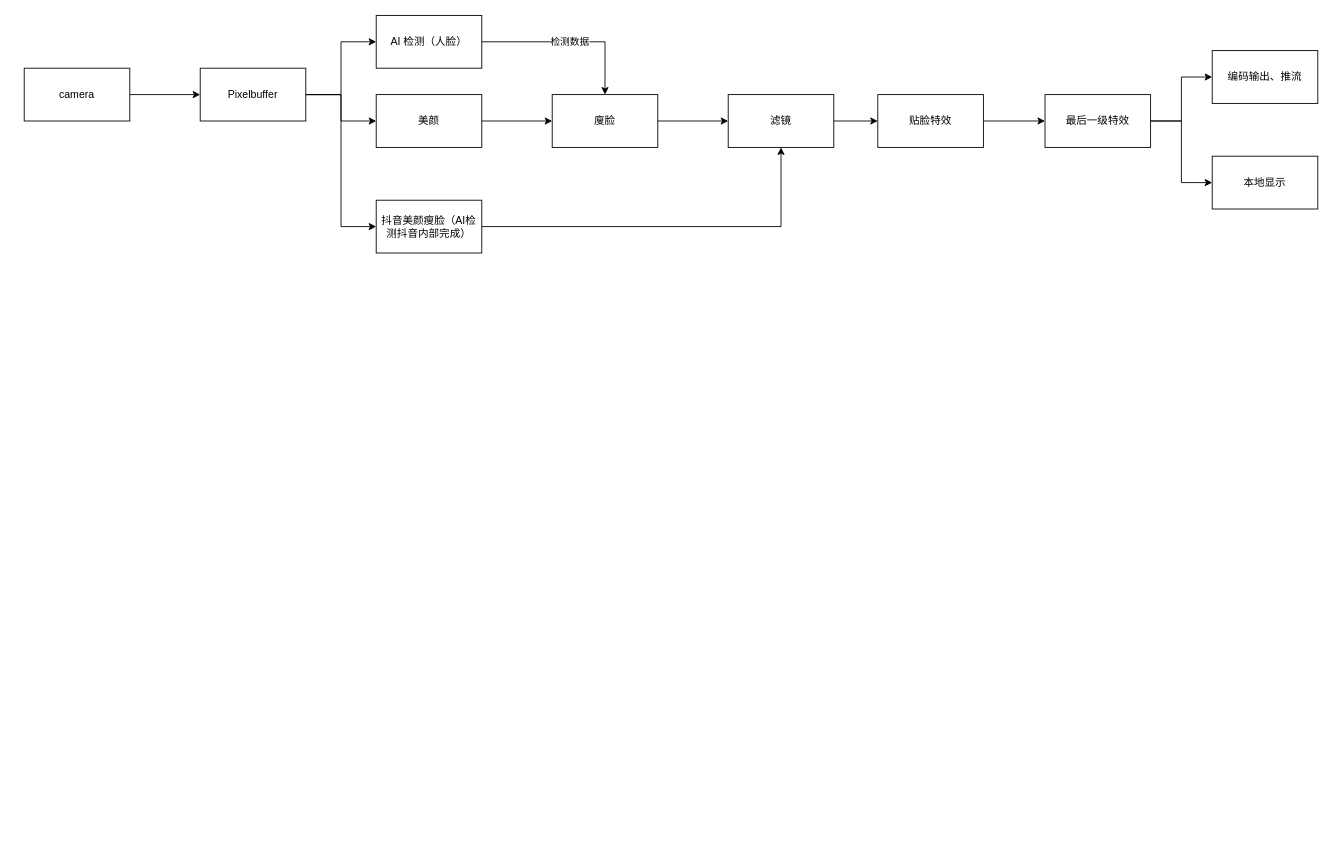
Before: huajiao iOS render.drawio in loleng/mediatools, a draw.io diagram. Source tidied: cells renumbered, new cells numbered last; positions are measured from the earlier drawing's top-left corner, leaving out a move shared by most shapes. Both pictures are drawn from the tidied source at 88%, with x=0, y=0 at pixel (24, 15).
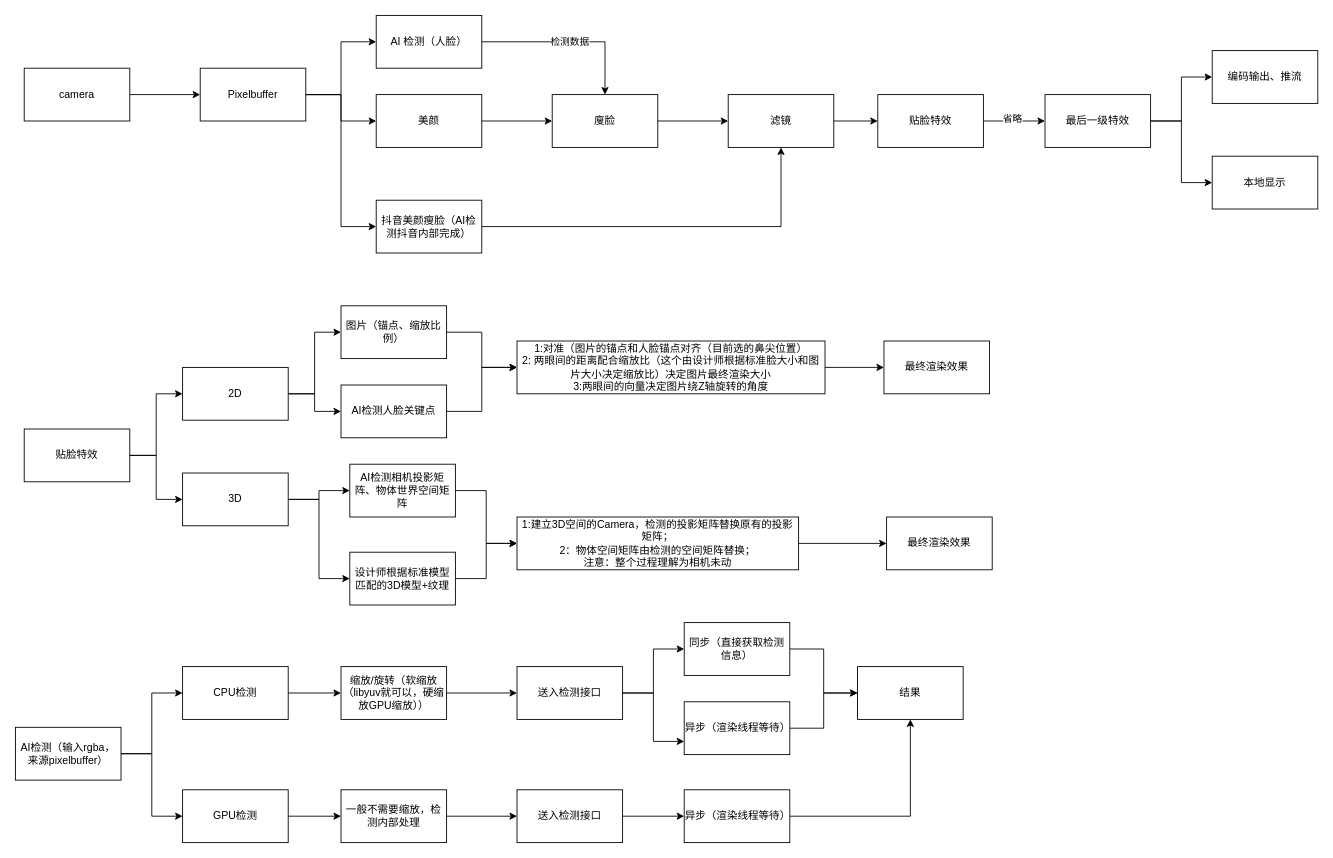
The same diagram, later.

The change refers to these unchanged cells:
```xml
<mxCell id="23" style="edgeStyle=orthogonalEdgeStyle;rounded=0;jettySize=auto;html=1;" parent="1" edge="1" source="24" target="18">
  <mxGeometry relative="1" as="geometry" />
</mxCell>
```

The edit, as a diff of the source:
```diff
@@
+    <mxCell id="25" value="省略" style="edgeLabel;html=1;align=center;verticalAlign=middle;" parent="23" vertex="1">
+      <mxGeometry x="-0.09" y="3" relative="1" as="geometry" />
+    </mxCell>
@@
+    <mxCell id="26" style="edgeStyle=orthogonalEdgeStyle;rounded=0;jettySize=auto;html=1;entryX=0;entryY=0.5;entryDx=0;entryDy=0;" parent="1" edge="1" source="28" target="31">
+      <mxGeometry relative="1" as="geometry">
+        <Array as="points">
+          <mxPoint x="150" y="500" />
+          <mxPoint x="150" y="430" />
+        </Array>
+      </mxGeometry>
+    </mxCell>
+    <mxCell id="27" style="edgeStyle=orthogonalEdgeStyle;rounded=0;jettySize=auto;html=1;" parent="1" edge="1" source="28" target="34">
+      <mxGeometry relative="1" as="geometry" />
+    </mxCell>
+    <mxCell id="28" value="贴脸特效" style="rounded=0;whiteSpace=wrap;html=1;" parent="1" vertex="1">
+      <mxGeometry y="470" width="120" height="60" as="geometry" />
+    </mxCell>
+    <mxCell id="29" style="edgeStyle=orthogonalEdgeStyle;rounded=0;jettySize=auto;html=1;entryX=0;entryY=0.5;entryDx=0;entryDy=0;" parent="1" edge="1" source="31" target="36">
+      <mxGeometry relative="1" as="geometry" />
+    </mxCell>
+    <mxCell id="30" style="edgeStyle=orthogonalEdgeStyle;rounded=0;jettySize=auto;html=1;" parent="1" edge="1" source="31" target="38">
+      <mxGeometry relative="1" as="geometry" />
+    </mxCell>
+    <mxCell id="31" value="2D" style="rounded=0;whiteSpace=wrap;html=1;" parent="1" vertex="1">
+      <mxGeometry x="180" y="400" width="120" height="60" as="geometry" />
+    </mxCell>
+    <mxCell id="32" style="edgeStyle=orthogonalEdgeStyle;rounded=0;jettySize=auto;html=1;entryX=0;entryY=0.5;entryDx=0;entryDy=0;" parent="1" edge="1" source="34" target="43">
+      <mxGeometry relative="1" as="geometry" />
+    </mxCell>
+    <mxCell id="33" style="edgeStyle=orthogonalEdgeStyle;rounded=0;jettySize=auto;html=1;entryX=0;entryY=0.5;entryDx=0;entryDy=0;" parent="1" edge="1" source="34" target="45">
+      <mxGeometry relative="1" as="geometry" />
+    </mxCell>
+    <mxCell id="34" value="3D" style="rounded=0;whiteSpace=wrap;html=1;" parent="1" vertex="1">
+      <mxGeometry x="180" y="520" width="120" height="60" as="geometry" />
+    </mxCell>
+    <mxCell id="35" style="edgeStyle=orthogonalEdgeStyle;rounded=0;jettySize=auto;html=1;entryX=0;entryY=0.5;entryDx=0;entryDy=0;" parent="1" edge="1" source="36" target="40">
+      <mxGeometry relative="1" as="geometry" />
+    </mxCell>
+    <mxCell id="36" value="图片（锚点、缩放比例）" style="rounded=0;whiteSpace=wrap;html=1;" parent="1" vertex="1">
+      <mxGeometry x="360" y="330" width="120" height="60" as="geometry" />
+    </mxCell>
+    <mxCell id="37" style="edgeStyle=orthogonalEdgeStyle;rounded=0;jettySize=auto;html=1;entryX=0;entryY=0.5;entryDx=0;entryDy=0;" parent="1" edge="1" source="38" target="40">
+      <mxGeometry relative="1" as="geometry" />
+    </mxCell>
+    <mxCell id="38" value="AI检测人脸关键点" style="rounded=0;whiteSpace=wrap;html=1;" parent="1" vertex="1">
+      <mxGeometry x="360" y="420" width="120" height="60" as="geometry" />
+    </mxCell>
+    <mxCell id="39" style="edgeStyle=orthogonalEdgeStyle;rounded=0;jettySize=auto;html=1;entryX=0;entryY=0.5;entryDx=0;entryDy=0;" parent="1" edge="1" source="40" target="41">
+      <mxGeometry relative="1" as="geometry" />
+    </mxCell>
+    <mxCell id="40" value="1:对准（图片的锚点和人脸锚点对齐（目前选的鼻尖位置）&lt;br&gt;2: 两眼间的距离配合缩放比（这个由设计师根据标准脸大小和图片大小决定缩放比）决定图片最终渲染大小&lt;br&gt;3:两眼间的向量决定图片绕Z轴旋转的角度" style="rounded=0;whiteSpace=wrap;html=1;" parent="1" vertex="1">
+      <mxGeometry x="560" y="370" width="350" height="60" as="geometry" />
+    </mxCell>
+    <mxCell id="41" value="最终渲染效果" style="rounded=0;whiteSpace=wrap;html=1;" parent="1" vertex="1">
+      <mxGeometry x="977" y="370" width="120" height="60" as="geometry" />
+    </mxCell>
+    <mxCell id="42" style="edgeStyle=orthogonalEdgeStyle;rounded=0;jettySize=auto;html=1;entryX=0;entryY=0.5;entryDx=0;entryDy=0;" parent="1" edge="1" source="43" target="47">
+      <mxGeometry relative="1" as="geometry" />
+    </mxCell>
+    <mxCell id="43" value="AI检测相机投影矩阵、物体世界空间矩阵" style="rounded=0;whiteSpace=wrap;html=1;" parent="1" vertex="1">
+      <mxGeometry x="370" y="510" width="120" height="60" as="geometry" />
+    </mxCell>
+    <mxCell id="44" style="edgeStyle=orthogonalEdgeStyle;rounded=0;jettySize=auto;html=1;" parent="1" edge="1" source="45" target="47">
+      <mxGeometry relative="1" as="geometry" />
+    </mxCell>
+    <mxCell id="45" value="设计师根据标准模型匹配的3D模型+纹理" style="rounded=0;whiteSpace=wrap;html=1;" parent="1" vertex="1">
+      <mxGeometry x="370" y="610" width="120" height="60" as="geometry" />
+    </mxCell>
+    <mxCell id="46" style="edgeStyle=orthogonalEdgeStyle;rounded=0;jettySize=auto;html=1;" parent="1" edge="1" source="47" target="48">
+      <mxGeometry relative="1" as="geometry" />
+    </mxCell>
+    <mxCell id="47" value="1:建立3D空间的Camera，检测的投影矩阵替换原有的投影矩阵；&lt;br&gt;2：物体空间矩阵由检测的空间矩阵替换；&lt;br&gt;注意：整个过程理解为相机未动" style="rounded=0;whiteSpace=wrap;html=1;" parent="1" vertex="1">
+      <mxGeometry x="560" y="570" width="320" height="60" as="geometry" />
+    </mxCell>
+    <mxCell id="48" value="&lt;span&gt;最终渲染效果&lt;/span&gt;" style="rounded=0;whiteSpace=wrap;html=1;" parent="1" vertex="1">
+      <mxGeometry x="980" y="570" width="120" height="60" as="geometry" />
+    </mxCell>
+    <mxCell id="49" style="edgeStyle=orthogonalEdgeStyle;rounded=0;jettySize=auto;html=1;entryX=0;entryY=0.5;entryDx=0;entryDy=0;" parent="1" edge="1" source="51" target="53">
+      <mxGeometry relative="1" as="geometry" />
+    </mxCell>
+    <mxCell id="50" style="edgeStyle=orthogonalEdgeStyle;rounded=0;jettySize=auto;html=1;entryX=0;entryY=0.5;entryDx=0;entryDy=0;" parent="1" edge="1" source="51" target="55">
+      <mxGeometry relative="1" as="geometry" />
+    </mxCell>
+    <mxCell id="51" value="AI检测（输入rgba，来源pixelbuffer）" style="rounded=0;whiteSpace=wrap;html=1;" parent="1" vertex="1">
+      <mxGeometry x="-10" y="809" width="120" height="60" as="geometry" />
+    </mxCell>
+    <mxCell id="52" style="edgeStyle=orthogonalEdgeStyle;rounded=0;jettySize=auto;html=1;entryX=0;entryY=0.5;entryDx=0;entryDy=0;" parent="1" edge="1" source="53" target="57">
+      <mxGeometry relative="1" as="geometry" />
+    </mxCell>
+    <mxCell id="53" value="CPU检测" style="rounded=0;whiteSpace=wrap;html=1;" parent="1" vertex="1">
+      <mxGeometry x="180" y="740" width="120" height="60" as="geometry" />
+    </mxCell>
+    <mxCell id="54" style="edgeStyle=orthogonalEdgeStyle;rounded=0;jettySize=auto;html=1;entryX=0;entryY=0.5;entryDx=0;entryDy=0;" parent="1" edge="1" source="55" target="67">
+      <mxGeometry relative="1" as="geometry" />
+    </mxCell>
+    <mxCell id="55" value="GPU检测" style="rounded=0;whiteSpace=wrap;html=1;" parent="1" vertex="1">
+      <mxGeometry x="180" y="880" width="120" height="60" as="geometry" />
+    </mxCell>
+    <mxCell id="56" style="edgeStyle=orthogonalEdgeStyle;rounded=0;jettySize=auto;html=1;" parent="1" edge="1" source="57" target="60">
+      <mxGeometry relative="1" as="geometry" />
+    </mxCell>
+    <mxCell id="57" value="缩放/旋转（软缩放（libyuv就可以，硬缩放GPU缩放））" style="rounded=0;whiteSpace=wrap;html=1;" parent="1" vertex="1">
+      <mxGeometry x="360" y="740" width="120" height="60" as="geometry" />
+    </mxCell>
+    <mxCell id="58" style="edgeStyle=orthogonalEdgeStyle;rounded=0;jettySize=auto;html=1;entryX=0;entryY=0.5;entryDx=0;entryDy=0;" parent="1" edge="1" source="60" target="62">
+      <mxGeometry relative="1" as="geometry" />
+    </mxCell>
+    <mxCell id="59" style="edgeStyle=orthogonalEdgeStyle;rounded=0;jettySize=auto;html=1;entryX=0;entryY=0.75;entryDx=0;entryDy=0;" parent="1" edge="1" source="60" target="64">
+      <mxGeometry relative="1" as="geometry" />
+    </mxCell>
+    <mxCell id="60" value="送入检测接口" style="rounded=0;whiteSpace=wrap;html=1;" parent="1" vertex="1">
+      <mxGeometry x="560" y="740" width="120" height="60" as="geometry" />
+    </mxCell>
+    <mxCell id="61" style="edgeStyle=orthogonalEdgeStyle;rounded=0;jettySize=auto;html=1;" parent="1" edge="1" source="62" target="65">
+      <mxGeometry relative="1" as="geometry" />
+    </mxCell>
+    <mxCell id="62" value="同步（直接获取检测信息）" style="rounded=0;whiteSpace=wrap;html=1;" parent="1" vertex="1">
+      <mxGeometry x="750" y="690" width="120" height="60" as="geometry" />
+    </mxCell>
+    <mxCell id="63" style="edgeStyle=orthogonalEdgeStyle;rounded=0;jettySize=auto;html=1;" parent="1" edge="1" source="64" target="65">
+      <mxGeometry relative="1" as="geometry" />
+    </mxCell>
+    <mxCell id="64" value="异步（渲染线程等待）" style="rounded=0;whiteSpace=wrap;html=1;" parent="1" vertex="1">
+      <mxGeometry x="750" y="780" width="120" height="60" as="geometry" />
+    </mxCell>
+    <mxCell id="65" value="结果" style="rounded=0;whiteSpace=wrap;html=1;" parent="1" vertex="1">
+      <mxGeometry x="947" y="740" width="120" height="60" as="geometry" />
+    </mxCell>
+    <mxCell id="66" style="edgeStyle=orthogonalEdgeStyle;rounded=0;jettySize=auto;html=1;" parent="1" edge="1" source="67" target="69">
+      <mxGeometry relative="1" as="geometry" />
+    </mxCell>
+    <mxCell id="67" value="一般不需要缩放，检测内部处理" style="rounded=0;whiteSpace=wrap;html=1;" parent="1" vertex="1">
+      <mxGeometry x="360" y="880" width="120" height="60" as="geometry" />
+    </mxCell>
+    <mxCell id="68" style="edgeStyle=orthogonalEdgeStyle;rounded=0;jettySize=auto;html=1;" parent="1" edge="1" source="69" target="71">
+      <mxGeometry relative="1" as="geometry" />
+    </mxCell>
+    <mxCell id="69" value="&lt;span&gt;送入检测接口&lt;/span&gt;" style="rounded=0;whiteSpace=wrap;html=1;" parent="1" vertex="1">
+      <mxGeometry x="560" y="880" width="120" height="60" as="geometry" />
+    </mxCell>
+    <mxCell id="70" style="edgeStyle=orthogonalEdgeStyle;rounded=0;jettySize=auto;html=1;entryX=0.5;entryY=1;entryDx=0;entryDy=0;" parent="1" edge="1" source="71" target="65">
+      <mxGeometry relative="1" as="geometry" />
+    </mxCell>
+    <mxCell id="71" value="异步（渲染线程等待）" style="rounded=0;whiteSpace=wrap;html=1;" parent="1" vertex="1">
+      <mxGeometry x="750" y="880" width="120" height="60" as="geometry" />
+    </mxCell>
```
